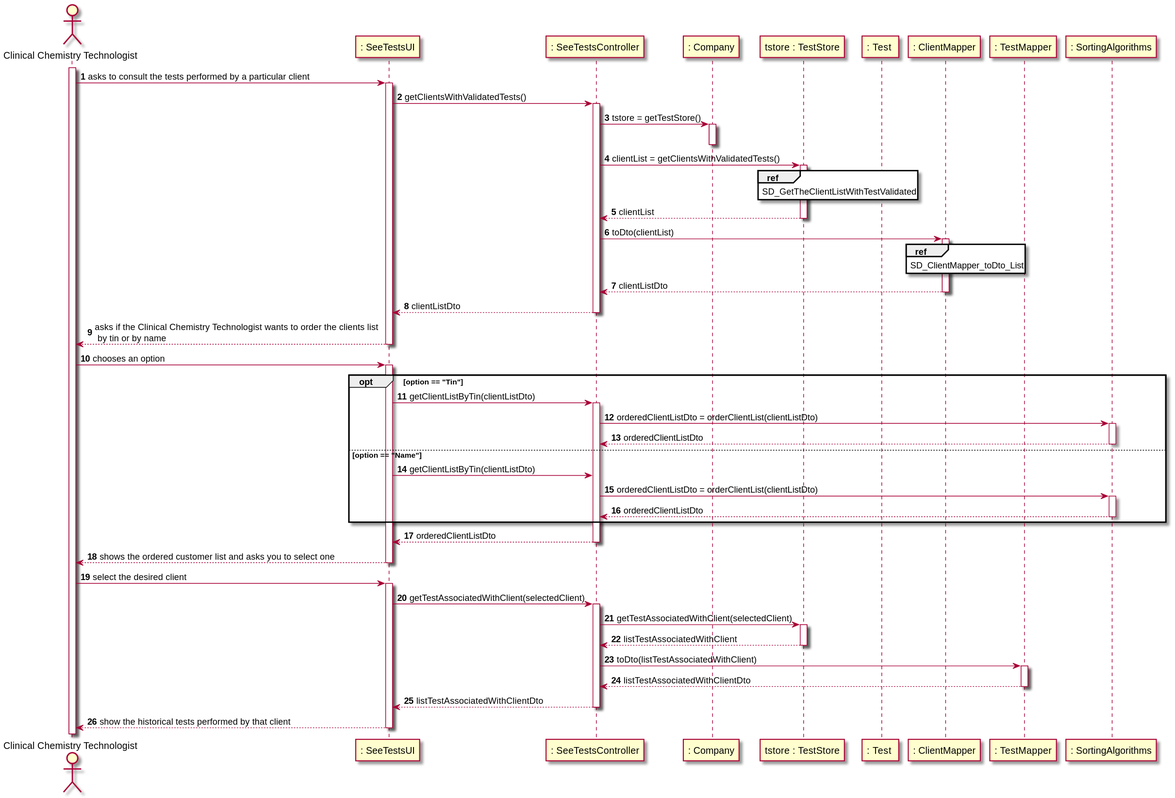
manu-07-ela/LAPR2_ISEP keeps this PlantUML diagram as docs/SprintD/US13/US13_SD.svg. Above is the earlier version.
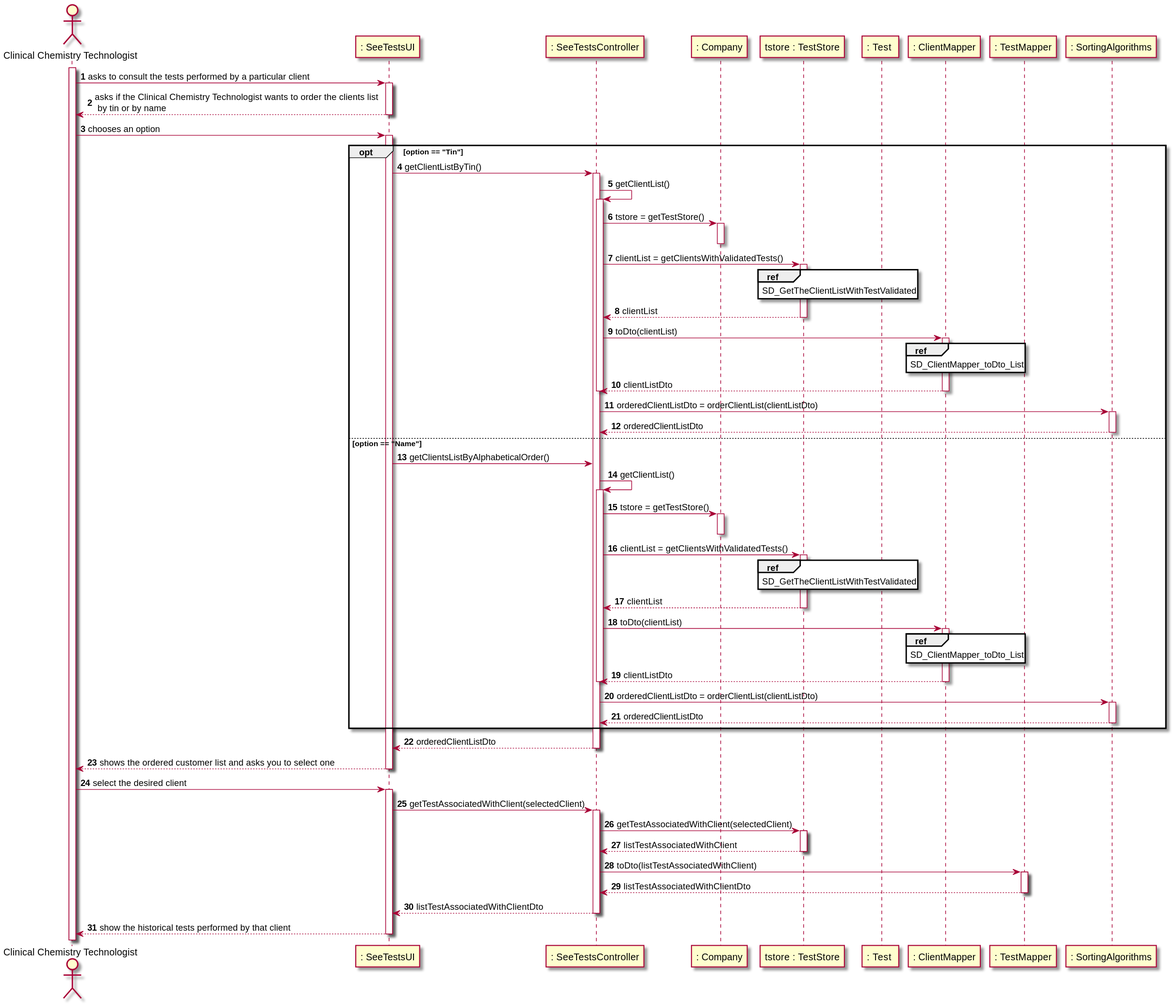
The same diagram one commit later.

What changed in the source:
```diff
@@ -14,7 +14,15 @@
 activate CCT
 CCT -> UI : asks to consult the tests performed by a particular client
 activate UI
-UI->CONTROLLER : getClientsWithValidatedTests()
+UI --> CCT : asks if the Clinical Chemistry Technologist wants to order the clients list \n by tin or by name
+deactivate UI
+
+CCT -> UI : chooses an option
+activate UI
+opt option == "Tin"
+UI->CONTROLLER : getClientListByTin()
+activate CONTROLLER
+CONTROLLER -> CONTROLLER : getClientList()
 activate CONTROLLER
 CONTROLLER->COMPANY : tstore = getTestStore()
 activate COMPANY
@@ -34,23 +42,37 @@
 CLIENTMAPPER-->CONTROLLER : clientListDto
 deactivate CLIENTMAPPER
 deactivate TESTSTORE
-CONTROLLER-->UI : clientListDto
 deactivate CONTROLLER
-UI --> CCT : asks if the Clinical Chemistry Technologist wants to order the clients list \n by tin or by name
-deactivate UI
 
-CCT -> UI : chooses an option
-activate UI
-opt option == "Tin"
-UI->CONTROLLER : getClientListByTin(clientListDto)
-activate CONTROLLER
 CONTROLLER->ALGORITHM : orderedClientListDto = orderClientList(clientListDto)
 activate ALGORITHM
 ALGORITHM-->CONTROLLER : orderedClientListDto
 deactivate ALGORITHM
 deactivate CLIENTMAPPER
 else option == "Name"
-UI->CONTROLLER : getClientListByTin(clientListDto)
+UI->CONTROLLER : getClientsListByAlphabeticalOrder()
+CONTROLLER -> CONTROLLER : getClientList()
+activate CONTROLLER
+CONTROLLER->COMPANY : tstore = getTestStore()
+activate COMPANY
+deactivate COMPANY
+CONTROLLER->TESTSTORE : clientList = getClientsWithValidatedTests()
+activate TESTSTORE
+ref over TESTSTORE
+SD_GetTheClientListWithTestValidated
+end ref
+TESTSTORE-->CONTROLLER : clientList
+deactivate TESTSTORE
+CONTROLLER->CLIENTMAPPER : toDto(clientList)
+activate CLIENTMAPPER
+ref over CLIENTMAPPER
+SD_ClientMapper_toDto_List
+end ref
+CLIENTMAPPER-->CONTROLLER : clientListDto
+deactivate CLIENTMAPPER
+deactivate TESTSTORE
+deactivate CONTROLLER
+
 CONTROLLER->ALGORITHM : orderedClientListDto = orderClientList(clientListDto)
 activate ALGORITHM
 ALGORITHM-->CONTROLLER : orderedClientListDto
```
